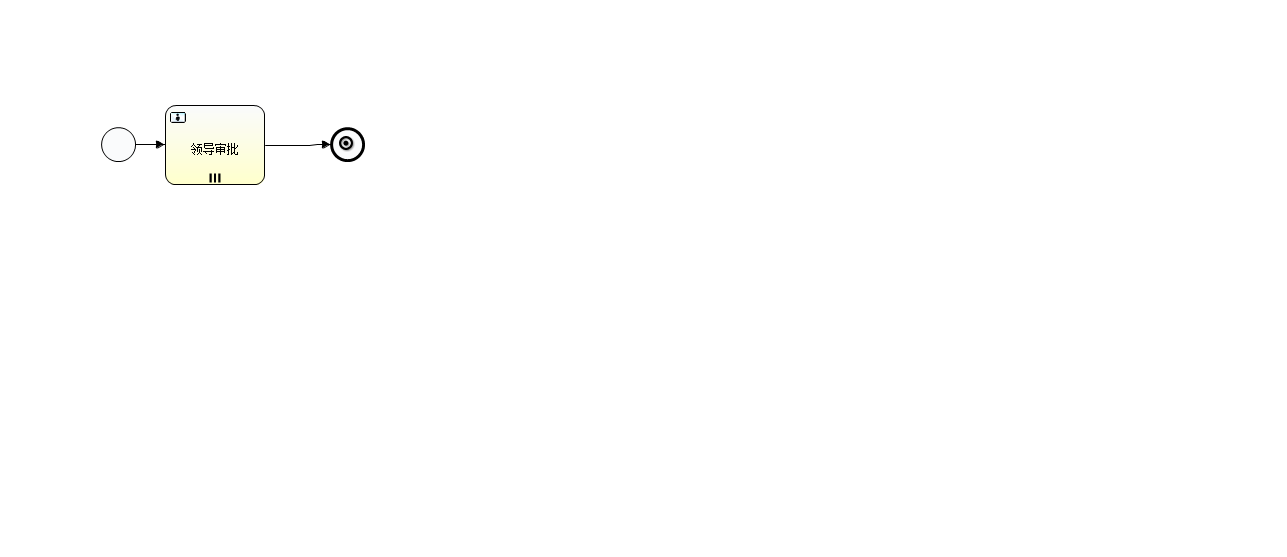
This is MCActivity/src/main/resources/diagrams/201801/ACT_TEST_MultiTask.png from myworld88ggc/MyActivity, a BPMN export, as it was before one commit. Its source is kept beside it as MCActivity/src/main/resources/diagrams/201801/ACT_TEST_MultiTask.bpmn. Ids are renumbered.
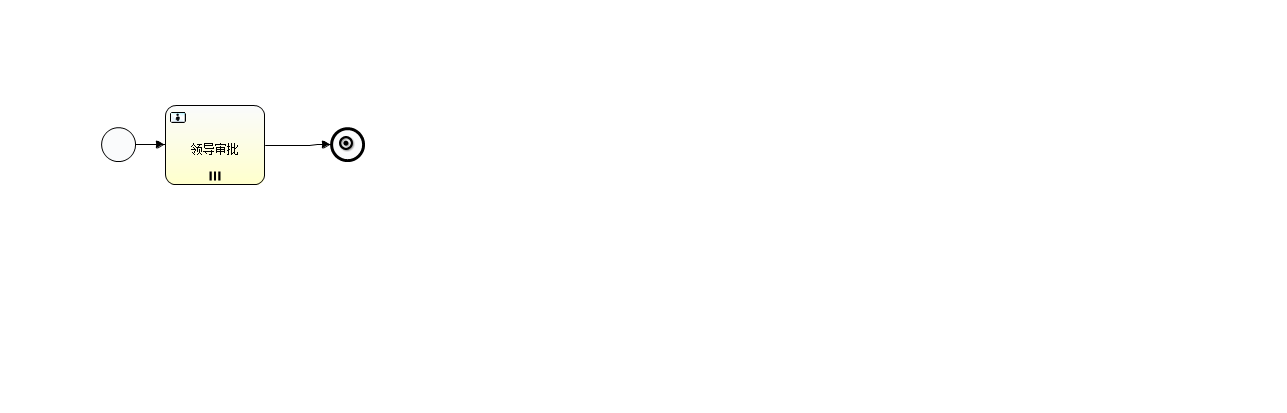
After the commit.

What changed in the source:
```diff
@@ -2,6 +2,10 @@
   <process id="ACT_TEST_MultiTask" name="并行多实例测试流程" isExecutable="true">
     <startEvent id="sid-691327D2-DE48-49C9-83D4-9B9D4DF8B6D7"></startEvent>
     <userTask id="taskLeadersAudit" name="领导审批" activiti:assignee="${ leader }">
+      <extensionElements>
+        <activiti:executionListener event="end" class="com.oa.will.mclistener.MyExecutionListener"></activiti:executionListener>
+        <activiti:taskListener event="all" class="com.oa.will.mclistener.MyTaskLisener"></activiti:taskListener>
+      </extensionElements>
       <multiInstanceLoopCharacteristics isSequential="false" activiti:collection="${ taskLeadersAudit }" activiti:elementVariable="leader"></multiInstanceLoopCharacteristics>
     </userTask>
     <sequenceFlow id="sid-8C30293F-30E2-44A5-AFA8-FCA7E2FF8C4A" sourceRef="sid-691327D2-DE48-49C9-83D4-9B9D4DF8B6D7" targetRef="taskLeadersAudit"></sequenceFlow>
```
